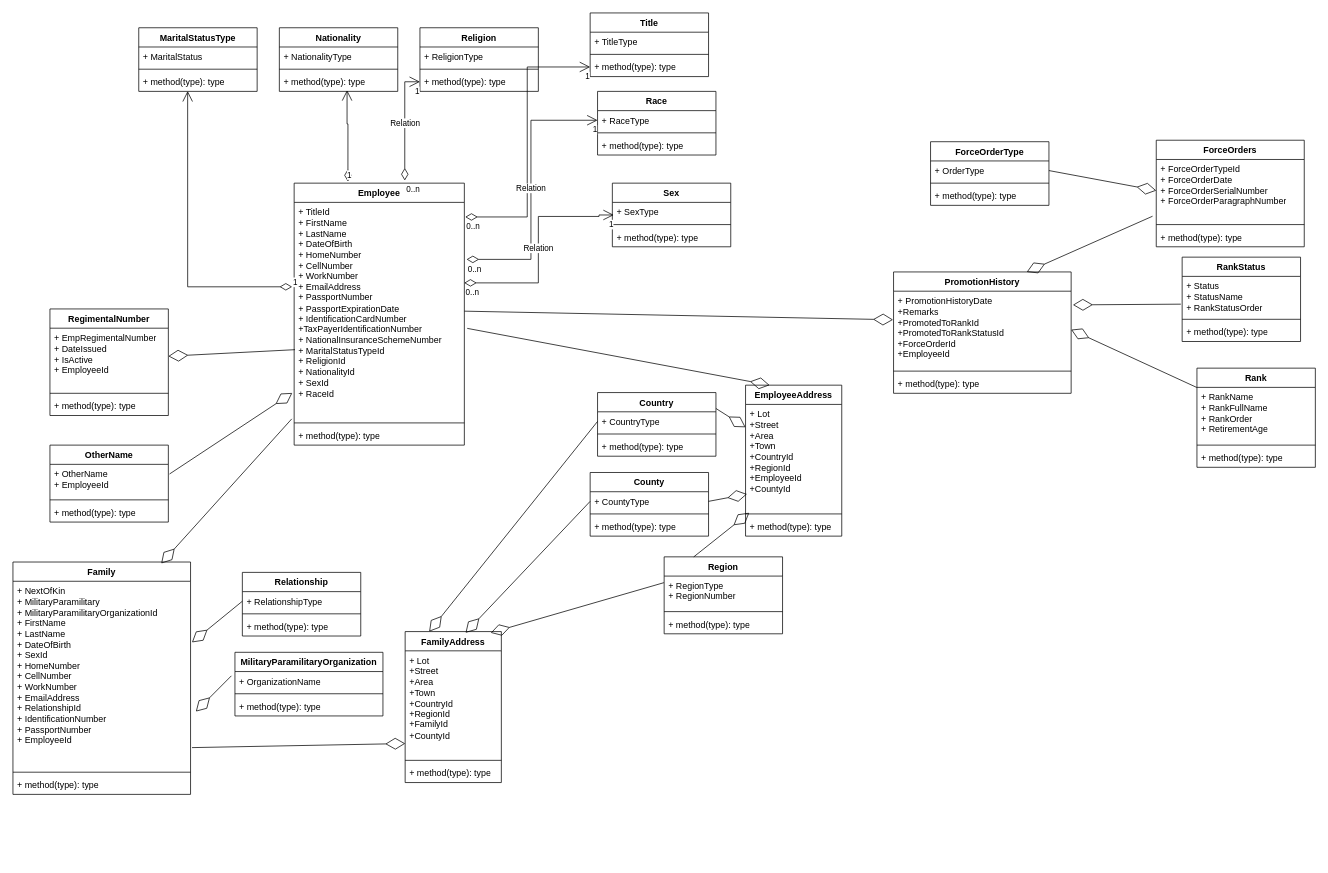
The draw.io diagram GDFHrmsDesignDocs.drawio in ResearchAndDevelopmentSignal/GDFHRMSDesignDocs, before the edit. Source tidied: cells renumbered, new cells numbered last; positions are measured from the earlier drawing's top-left corner, leaving out a move shared by most shapes. Both pictures are drawn from the tidied source at 74%, with x=0, y=0 at pixel (13, 13).
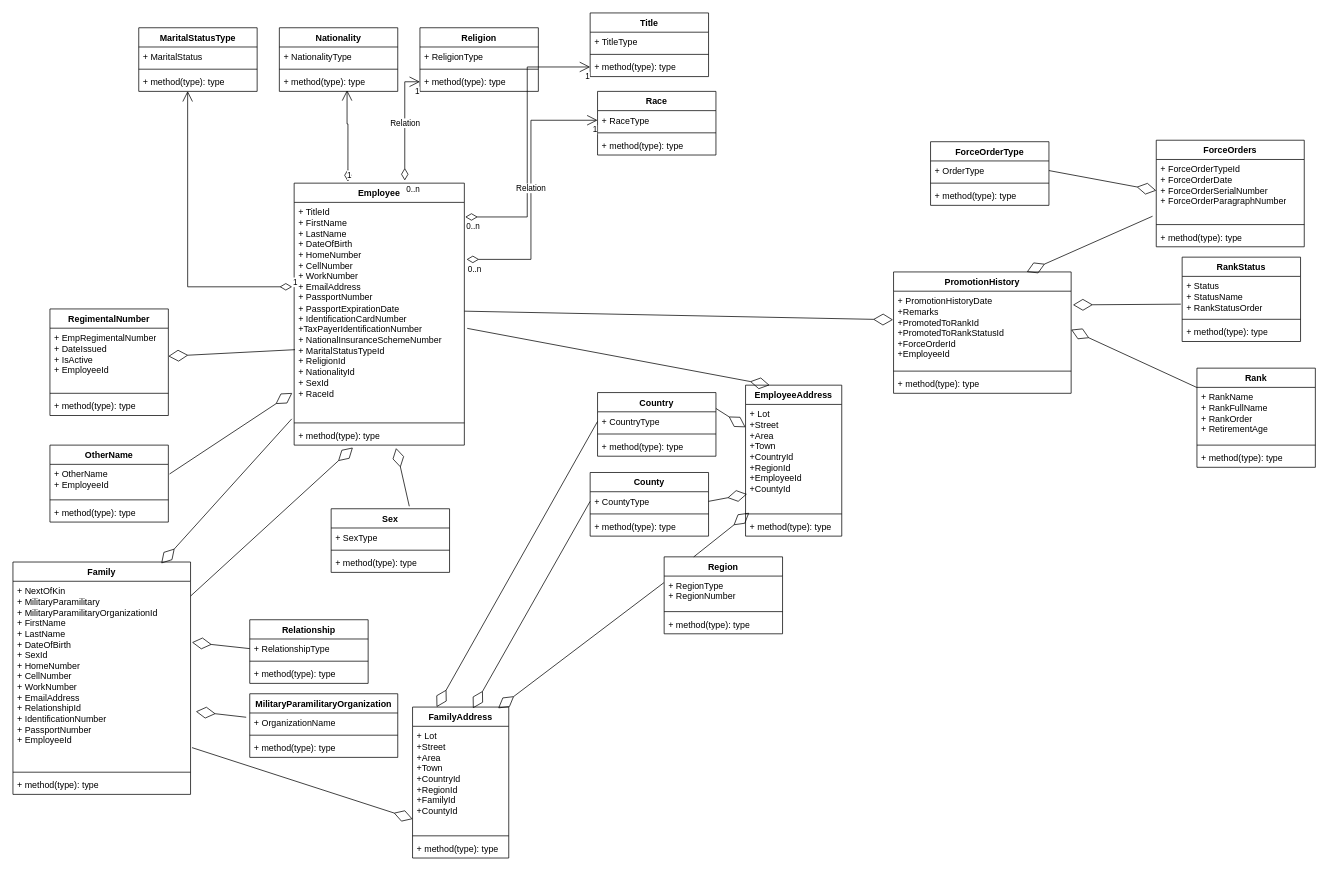
The same page after the edit.

The change refers to these unchanged cells:
```xml
<mxCell id="19" value="+ SexType" style="text;strokeColor=none;fillColor=none;align=left;verticalAlign=top;spacingLeft=4;spacingRight=4;overflow=hidden;points=[[0,0.5],[1,0.5]];portConstraint=eastwest;whiteSpace=wrap;html=1;" parent="18" vertex="1">
  <mxGeometry y="26" width="160" height="26" as="geometry" />
</mxCell>
<mxCell id="51" value="+ TitleId&lt;br&gt;+ FirstName&lt;br&gt;+ LastName&lt;br&gt;+ DateOfBirth&lt;br&gt;+ HomeNumber&lt;br&gt;+ CellNumber&lt;br&gt;+ WorkNumber&lt;br&gt;+ EmailAddress&lt;br&gt;+ PassportNumber&lt;br&gt;+ PassportExpirationDate&lt;br&gt;+ IdentificationCardNumber&lt;br&gt;+TaxPayerIdentificationNumber&lt;br&gt;+ NationalInsuranceSchemeNumber&lt;br&gt;+ MaritalStatusTypeId&lt;br&gt;+ ReligionId&lt;br&gt;+ NationalityId&lt;br&gt;+ SexId&lt;br&gt;+ RaceId" style="text;strokeColor=none;fillColor=none;align=left;verticalAlign=top;spacingLeft=4;spacingRight=4;overflow=hidden;points=[[0,0.5],[1,0.5]];portConstraint=eastwest;whiteSpace=wrap;html=1;" parent="50" vertex="1">
  <mxGeometry y="26" width="230" height="294" as="geometry" />
</mxCell>
<mxCell id="53" value="+ method(type): type" style="text;strokeColor=none;fillColor=none;align=left;verticalAlign=top;spacingLeft=4;spacingRight=4;overflow=hidden;points=[[0,0.5],[1,0.5]];portConstraint=eastwest;whiteSpace=wrap;html=1;" parent="50" vertex="1">
  <mxGeometry y="328" width="230" height="26" as="geometry" />
</mxCell>
<mxCell id="83" value="+ NextOfKin&lt;br&gt;+ MilitaryParamilitary&lt;br&gt;+ MilitaryParamilitaryOrganizationId&lt;br&gt;+ FirstName&lt;br&gt;+ LastName&lt;br&gt;+ DateOfBirth&lt;br&gt;+ SexId&lt;br&gt;+ HomeNumber&lt;br&gt;+ CellNumber&lt;br&gt;+ WorkNumber&lt;br&gt;+ EmailAddress&lt;br&gt;+ RelationshipId&lt;br&gt;+ IdentificationNumber&lt;br&gt;+ PassportNumber&lt;br&gt;+ EmployeeId" style="text;strokeColor=none;fillColor=none;align=left;verticalAlign=top;spacingLeft=4;spacingRight=4;overflow=hidden;points=[[0,0.5],[1,0.5]];portConstraint=eastwest;whiteSpace=wrap;html=1;" parent="82" vertex="1">
  <mxGeometry y="26" width="240" height="254" as="geometry" />
</mxCell>
```

Diff of the diagram source:
```diff
@@
     <mxCell id="18" value="Sex" style="swimlane;fontStyle=1;align=center;verticalAlign=top;horizontal=1;startSize=26;whiteSpace=wrap;html=1;" parent="1" vertex="1">
-      <mxGeometry x="810" y="230" width="160" height="86" as="geometry" />
+      <mxGeometry x="430" y="670" width="160" height="86" as="geometry" />
     </mxCell>
@@
     <mxCell id="22" value="Relationship" style="swimlane;fontStyle=1;align=center;verticalAlign=top;horizontal=1;startSize=26;whiteSpace=wrap;html=1;" parent="1" vertex="1">
-      <mxGeometry x="310" y="756" width="160" height="86" as="geometry" />
+      <mxGeometry x="320" y="820" width="160" height="86" as="geometry" />
     </mxCell>
@@
     <mxCell id="26" value="MilitaryParamilitaryOrganization&lt;br&gt;" style="swimlane;fontStyle=1;align=center;verticalAlign=top;horizontal=1;startSize=26;whiteSpace=wrap;html=1;" parent="1" vertex="1">
-      <mxGeometry x="300" y="864" width="200" height="86" as="geometry" />
+      <mxGeometry x="320" y="920" width="200" height="86" as="geometry" />
     </mxCell>
@@
     <mxCell id="78" value="FamilyAddress" style="swimlane;fontStyle=1;align=center;verticalAlign=top;horizontal=1;startSize=26;whiteSpace=wrap;html=1;" parent="1" vertex="1">
-      <mxGeometry x="530" y="836" width="130" height="204" as="geometry" />
+      <mxGeometry x="540" y="938" width="130" height="204" as="geometry" />
     </mxCell>
@@
-    <mxCell id="94" value="Relation" style="endArrow=open;html=1;endSize=12;startArrow=diamondThin;startSize=14;startFill=0;edgeStyle=orthogonalEdgeStyle;rounded=0;entryX=0.012;entryY=0.655;entryDx=0;entryDy=0;entryPerimeter=0;exitX=0.999;exitY=0.37;exitDx=0;exitDy=0;exitPerimeter=0;" parent="1" edge="1" source="51" target="19">
-      <mxGeometry relative="1" as="geometry">
-        <Array as="points">
-          <mxPoint x="710" y="365" />
-          <mxPoint x="710" y="275" />
-          <mxPoint x="792" y="275" />
-        </Array>
-      </mxGeometry>
-    </mxCell>
-    <mxCell id="95" value="0..n" style="edgeLabel;html=1;align=left;verticalAlign=top;" parent="94" vertex="1">
-      <mxGeometry x="-1" relative="1" as="geometry" />
-    </mxCell>
-    <mxCell id="96" value="1" style="edgeLabel;html=1;align=right;verticalAlign=top;" parent="94" vertex="1">
-      <mxGeometry x="1" relative="1" as="geometry" />
-    </mxCell>
@@
+    <mxCell id="122" style="endArrow=diamondThin;endFill=0;endSize=24;html=1;rounded=0;entryX=0.599;entryY=1.151;entryDx=0;entryDy=0;entryPerimeter=0;exitX=0.66;exitY=-0.039;exitDx=0;exitDy=0;exitPerimeter=0;" parent="1" edge="1" source="18" target="53">
+      <mxGeometry relative="1" as="geometry" />
+    </mxCell>
+    <mxCell id="123" style="endArrow=diamondThin;endFill=0;endSize=24;html=1;rounded=0;entryX=0.345;entryY=1.126;entryDx=0;entryDy=0;entryPerimeter=0;exitX=1.001;exitY=0.078;exitDx=0;exitDy=0;exitPerimeter=0;" parent="1" edge="1" source="83" target="53">
+      <mxGeometry relative="1" as="geometry" />
+    </mxCell>
```
